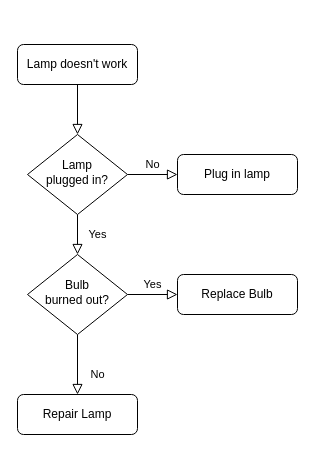
RideXpress/docs keeps this draw.io diagram as architecture/diagrams/api-led/Diagrama sin título.drawio. Above is the earlier version. Source tidied: cells renumbered, new cells numbered last; positions are measured from the earlier drawing's top-left corner, leaving out a move shared by most shapes. Both pictures are drawn from the tidied source at 100%, with x=0, y=0 at pixel (17, 44).
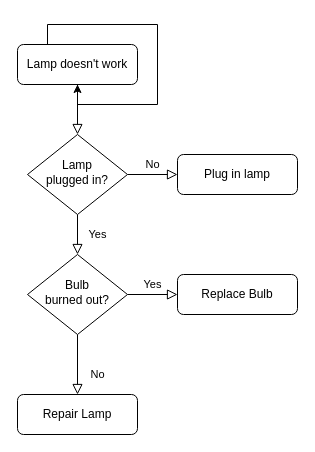
After the change.

Change to the diagram source:
```diff
@@
 <mxGraphModel>
   <root>
     <mxCell id="0" />
     <mxCell id="1" parent="0" />
     <mxCell id="2" style="rounded=0;html=1;jettySize=auto;fontSize=11;endArrow=block;endFill=0;endSize=8;strokeWidth=1;shadow=0;labelBackgroundColor=none;edgeStyle=orthogonalEdgeStyle;" parent="1" edge="1" source="3" target="6">
       <mxGeometry relative="1" as="geometry" />
     </mxCell>
     <mxCell id="3" value="Lamp doesn't work" style="rounded=1;whiteSpace=wrap;html=1;fontSize=12;glass=0;strokeWidth=1;shadow=0;" parent="1" vertex="1">
       <mxGeometry width="120" height="40" as="geometry" />
     </mxCell>
     <mxCell id="4" value="Yes" style="rounded=0;html=1;jettySize=auto;fontSize=11;endArrow=block;endFill=0;endSize=8;strokeWidth=1;shadow=0;labelBackgroundColor=none;edgeStyle=orthogonalEdgeStyle;" parent="1" edge="1" source="6" target="10">
       <mxGeometry y="20" relative="1" as="geometry" />
     </mxCell>
     <mxCell id="5" value="No" style="edgeStyle=orthogonalEdgeStyle;rounded=0;html=1;jettySize=auto;fontSize=11;endArrow=block;endFill=0;endSize=8;strokeWidth=1;shadow=0;labelBackgroundColor=none;" parent="1" edge="1" source="6" target="7">
       <mxGeometry y="10" relative="1" as="geometry" />
     </mxCell>
     <mxCell id="6" value="Lamp&lt;br&gt;plugged in?" style="rhombus;whiteSpace=wrap;html=1;shadow=0;fontFamily=Helvetica;fontSize=12;align=center;strokeWidth=1;spacing=6;spacingTop=-4;" parent="1" vertex="1">
       <mxGeometry x="10" y="90" width="100" height="80" as="geometry" />
     </mxCell>
     <mxCell id="7" value="Plug in lamp" style="rounded=1;whiteSpace=wrap;html=1;fontSize=12;glass=0;strokeWidth=1;shadow=0;" parent="1" vertex="1">
       <mxGeometry x="160" y="110" width="120" height="40" as="geometry" />
     </mxCell>
     <mxCell id="8" value="No" style="rounded=0;html=1;jettySize=auto;fontSize=11;endArrow=block;endFill=0;endSize=8;strokeWidth=1;shadow=0;labelBackgroundColor=none;edgeStyle=orthogonalEdgeStyle;" parent="1" edge="1" source="10" target="11">
       <mxGeometry x="0.33" y="20" relative="1" as="geometry" />
     </mxCell>
     <mxCell id="9" value="Yes" style="edgeStyle=orthogonalEdgeStyle;rounded=0;html=1;jettySize=auto;fontSize=11;endArrow=block;endFill=0;endSize=8;strokeWidth=1;shadow=0;labelBackgroundColor=none;" parent="1" edge="1" source="10" target="12">
       <mxGeometry y="10" relative="1" as="geometry" />
     </mxCell>
     <mxCell id="10" value="Bulb&lt;br&gt;burned out?" style="rhombus;whiteSpace=wrap;html=1;shadow=0;fontFamily=Helvetica;fontSize=12;align=center;strokeWidth=1;spacing=6;spacingTop=-4;" parent="1" vertex="1">
       <mxGeometry x="10" y="210" width="100" height="80" as="geometry" />
     </mxCell>
     <mxCell id="11" value="Repair Lamp" style="rounded=1;whiteSpace=wrap;html=1;fontSize=12;glass=0;strokeWidth=1;shadow=0;" parent="1" vertex="1">
       <mxGeometry y="350" width="120" height="40" as="geometry" />
     </mxCell>
     <mxCell id="12" value="Replace Bulb" style="rounded=1;whiteSpace=wrap;html=1;fontSize=12;glass=0;strokeWidth=1;shadow=0;" parent="1" vertex="1">
       <mxGeometry x="160" y="230" width="120" height="40" as="geometry" />
     </mxCell>
+    <mxCell id="13" style="edgeStyle=orthogonalEdgeStyle;rounded=0;orthogonalLoop=1;jettySize=auto;html=1;exitX=0.25;exitY=0;exitDx=0;exitDy=0;" parent="1" edge="1" source="3" target="3">
+      <mxGeometry relative="1" as="geometry" />
+    </mxCell>
   </root>
 </mxGraphModel>
```
